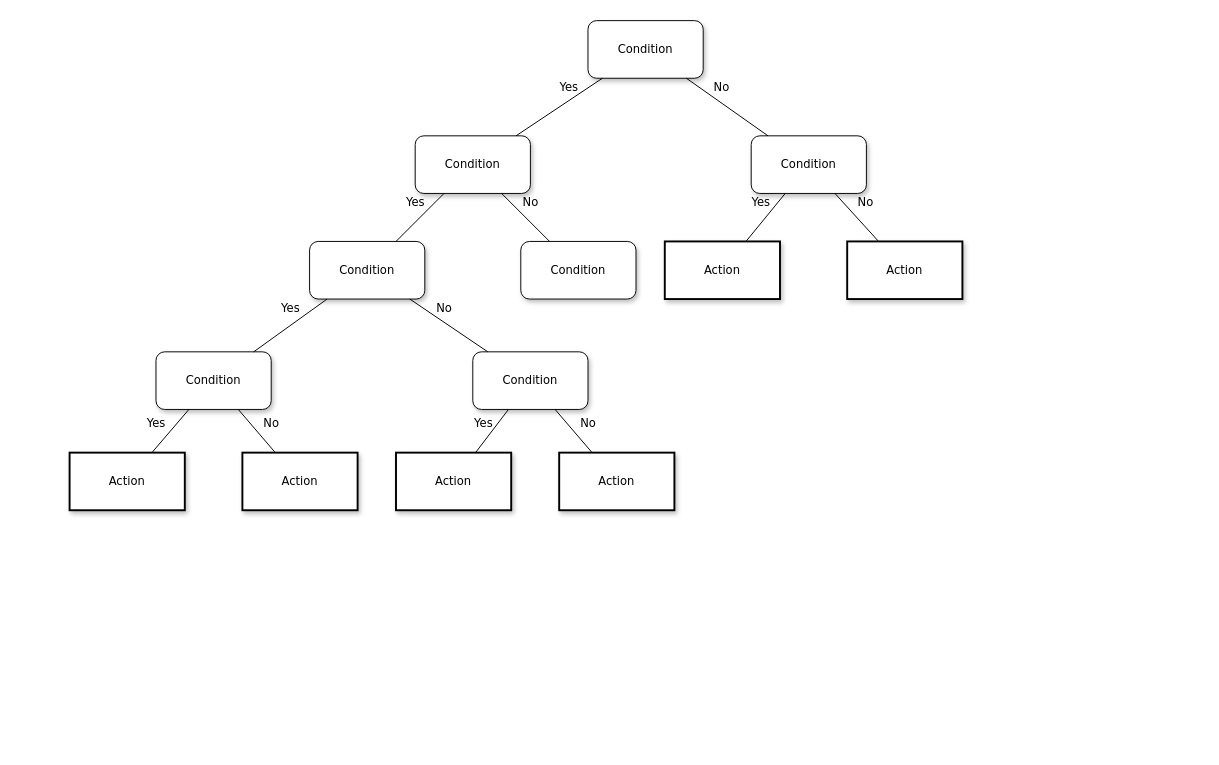
This is bangumi 打分标准.drawio from ShiyunKong/draw.io-storage, a draw.io file, before an edit. Source tidied: cells renumbered, new cells numbered last; positions are measured from the earlier drawing's top-left corner, leaving out a move shared by most shapes. Both pictures are drawn from the tidied source at 96%, with x=0, y=0 at pixel (69, 20).
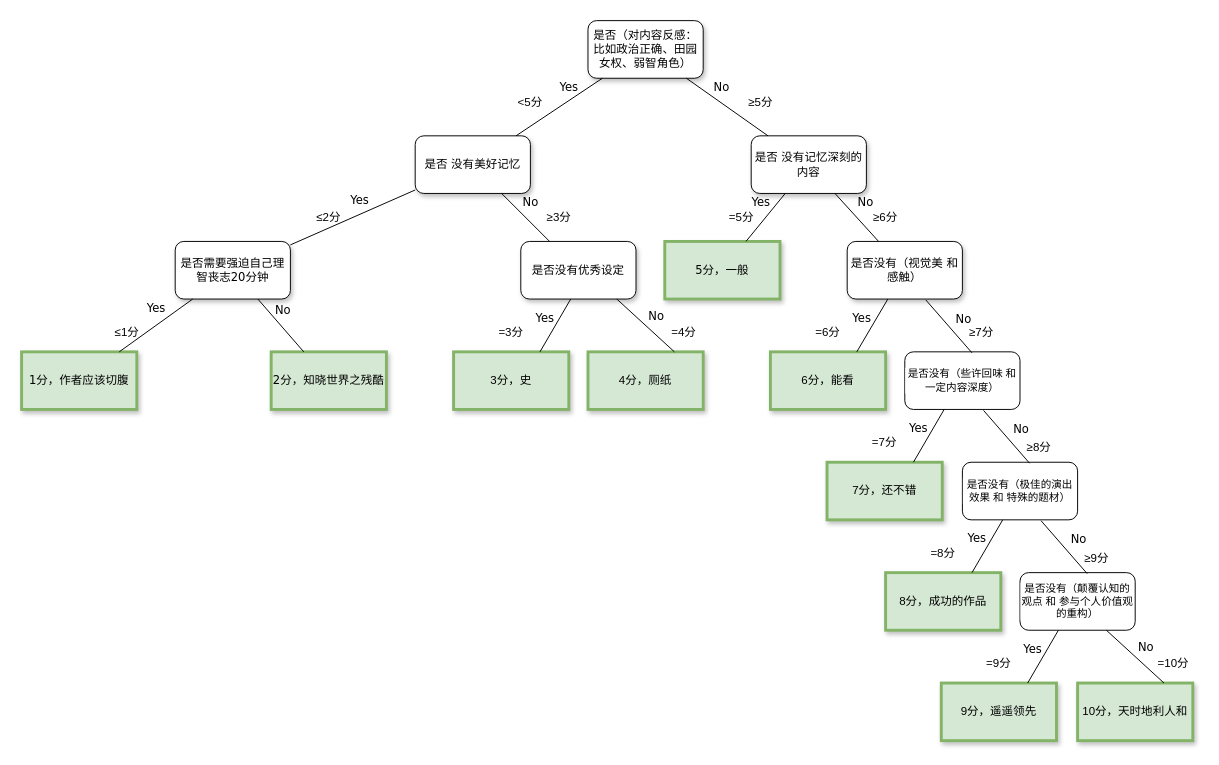
The same diagram, later.

Commit message:
更新bangumi 打分标准.drawio

Change to the diagram source:
```diff
@@
-    <mxCell id="2" value="Condition" style="whiteSpace=wrap;html=1;rounded=1;shadow=1;labelBackgroundColor=none;strokeWidth=1;fontFamily=Verdana;fontSize=12;align=center;" parent="1" vertex="1">
+    <mxCell id="2" value="是否（对内容反感：比如政治正确、田园女权、弱智角色）" style="whiteSpace=wrap;html=1;rounded=1;shadow=1;labelBackgroundColor=none;strokeWidth=1;fontFamily=Verdana;fontSize=12;align=center;" parent="1" vertex="1">
       <mxGeometry x="540" width="120" height="60" as="geometry" />
     </mxCell>
-    <mxCell id="3" value="&lt;span&gt;Condition&lt;/span&gt;" style="whiteSpace=wrap;html=1;rounded=1;shadow=1;labelBackgroundColor=none;strokeWidth=1;fontFamily=Verdana;fontSize=12;align=center;" parent="1" vertex="1">
+    <mxCell id="3" value="是否 没有美好记忆" style="whiteSpace=wrap;html=1;rounded=1;shadow=1;labelBackgroundColor=none;strokeWidth=1;fontFamily=Verdana;fontSize=12;align=center;" parent="1" vertex="1">
       <mxGeometry x="360" y="120" width="120" height="60" as="geometry" />
     </mxCell>
-    <mxCell id="4" value="&lt;span&gt;Condition&lt;/span&gt;" style="whiteSpace=wrap;html=1;rounded=1;shadow=1;labelBackgroundColor=none;strokeWidth=1;fontFamily=Verdana;fontSize=12;align=center;" parent="1" vertex="1">
+    <mxCell id="4" value="是否 没有记忆深刻的内容" style="whiteSpace=wrap;html=1;rounded=1;shadow=1;labelBackgroundColor=none;strokeWidth=1;fontFamily=Verdana;fontSize=12;align=center;" parent="1" vertex="1">
       <mxGeometry x="710" y="120" width="120" height="60" as="geometry" />
     </mxCell>
@@
-    <mxCell id="7" value="&lt;span&gt;Condition&lt;/span&gt;" style="whiteSpace=wrap;html=1;rounded=1;shadow=1;labelBackgroundColor=none;strokeWidth=1;fontFamily=Verdana;fontSize=12;align=center;" parent="1" vertex="1">
-      <mxGeometry x="250" y="230" width="120" height="60" as="geometry" />
+    <mxCell id="7" value="&lt;span&gt;是否需要强迫自己理智丧志20分钟&lt;/span&gt;" style="whiteSpace=wrap;html=1;rounded=1;shadow=1;labelBackgroundColor=none;strokeWidth=1;fontFamily=Verdana;fontSize=12;align=center;" parent="1" vertex="1">
+      <mxGeometry x="110" y="230" width="120" height="60" as="geometry" />
     </mxCell>
-    <mxCell id="8" value="&lt;span&gt;Condition&lt;/span&gt;" style="whiteSpace=wrap;html=1;rounded=1;shadow=1;labelBackgroundColor=none;strokeWidth=1;fontFamily=Verdana;fontSize=12;align=center;" parent="1" vertex="1">
+    <mxCell id="8" value="是否没有优秀设定" style="whiteSpace=wrap;html=1;rounded=1;shadow=1;labelBackgroundColor=none;strokeWidth=1;fontFamily=Verdana;fontSize=12;align=center;" parent="1" vertex="1">
       <mxGeometry x="470" y="230" width="120" height="60" as="geometry" />
     </mxCell>
-    <mxCell id="9" value="&lt;span&gt;Action&lt;/span&gt;" style="whiteSpace=wrap;html=1;rounded=0;shadow=1;labelBackgroundColor=none;strokeWidth=2;fontFamily=Verdana;fontSize=12;align=center;" parent="1" vertex="1">
+    <mxCell id="9" value="5分，一般" style="whiteSpace=wrap;html=1;rounded=0;shadow=1;labelBackgroundColor=none;strokeWidth=3;fontFamily=Verdana;fontSize=12;align=center;strokeColor=#82b366;fillColor=#d5e8d4;" parent="1" vertex="1">
       <mxGeometry x="620" y="230" width="120" height="60" as="geometry" />
     </mxCell>
-    <mxCell id="10" value="&lt;span&gt;Action&lt;/span&gt;" style="whiteSpace=wrap;html=1;rounded=0;shadow=1;labelBackgroundColor=none;strokeWidth=2;fontFamily=Verdana;fontSize=12;align=center;" parent="1" vertex="1">
+    <mxCell id="10" value="&lt;span&gt;是否没有（视觉美 和 感触）&lt;br&gt;&lt;/span&gt;" style="whiteSpace=wrap;html=1;rounded=1;shadow=1;labelBackgroundColor=none;strokeWidth=1;fontFamily=Verdana;fontSize=12;align=center;" parent="1" vertex="1">
       <mxGeometry x="810" y="230" width="120" height="60" as="geometry" />
     </mxCell>
-    <mxCell id="11" value="&lt;span&gt;Condition&lt;/span&gt;" style="whiteSpace=wrap;html=1;rounded=1;shadow=1;labelBackgroundColor=none;strokeWidth=1;fontFamily=Verdana;fontSize=12;align=center;" parent="1" vertex="1">
-      <mxGeometry x="90" y="345" width="120" height="60" as="geometry" />
+    <mxCell id="11" value="1分，作者应该切腹" style="whiteSpace=wrap;html=1;rounded=0;shadow=1;labelBackgroundColor=none;strokeWidth=3;fontFamily=Verdana;fontSize=12;align=center;fillColor=#d5e8d4;strokeColor=#82b366;" parent="1" vertex="1">
+      <mxGeometry x="-50" y="345" width="120" height="60" as="geometry" />
     </mxCell>
-    <mxCell id="12" value="&lt;span&gt;Condition&lt;/span&gt;" style="whiteSpace=wrap;html=1;rounded=1;shadow=1;labelBackgroundColor=none;strokeWidth=1;fontFamily=Verdana;fontSize=12;align=center;" parent="1" vertex="1">
-      <mxGeometry x="420" y="345" width="120" height="60" as="geometry" />
+    <mxCell id="12" value="2分，知晓世界之残酷" style="whiteSpace=wrap;html=1;rounded=0;shadow=1;labelBackgroundColor=none;strokeWidth=3;fontFamily=Verdana;fontSize=12;align=center;fillColor=#d5e8d4;strokeColor=#82b366;" parent="1" vertex="1">
+      <mxGeometry x="210" y="345" width="120" height="60" as="geometry" />
     </mxCell>
@@
-    <mxCell id="19" value="Action" style="whiteSpace=wrap;html=1;rounded=0;shadow=1;labelBackgroundColor=none;strokeWidth=2;fontFamily=Verdana;fontSize=12;align=center;" parent="1" vertex="1">
-      <mxGeometry y="450" width="120" height="60" as="geometry" />
-    </mxCell>
-    <mxCell id="20" value="&lt;span&gt;Action&lt;/span&gt;" style="whiteSpace=wrap;html=1;rounded=0;shadow=1;labelBackgroundColor=none;strokeWidth=2;fontFamily=Verdana;fontSize=12;align=center;" parent="1" vertex="1">
-      <mxGeometry x="180" y="450" width="120" height="60" as="geometry" />
-    </mxCell>
-    <mxCell id="21" value="&lt;span&gt;Action&lt;/span&gt;" style="whiteSpace=wrap;html=1;rounded=0;shadow=1;labelBackgroundColor=none;strokeWidth=2;fontFamily=Verdana;fontSize=12;align=center;" parent="1" vertex="1">
-      <mxGeometry x="340" y="450" width="120" height="60" as="geometry" />
-    </mxCell>
-    <mxCell id="22" value="&lt;span&gt;Action&lt;/span&gt;" style="whiteSpace=wrap;html=1;rounded=0;shadow=1;labelBackgroundColor=none;strokeWidth=2;fontFamily=Verdana;fontSize=12;align=center;" parent="1" vertex="1">
-      <mxGeometry x="510" y="450" width="120" height="60" as="geometry" />
-    </mxCell>
-    <mxCell id="23" value="Yes" style="rounded=0;html=1;labelBackgroundColor=none;startArrow=none;startFill=0;startSize=5;endArrow=none;endFill=0;endSize=5;jettySize=auto;strokeWidth=1;fontFamily=Verdana;fontSize=12;" parent="1" edge="1" source="11" target="19">
-      <mxGeometry x="0.14" y="-16" relative="1" as="geometry" />
-    </mxCell>
-    <mxCell id="24" value="No" style="rounded=0;html=1;labelBackgroundColor=none;startArrow=none;startFill=0;startSize=5;endArrow=none;endFill=0;endSize=5;jettySize=auto;strokeWidth=1;fontFamily=Verdana;fontSize=12;" parent="1" edge="1" source="11" target="20">
-      <mxGeometry x="0.14" y="16" relative="1" as="geometry" />
-    </mxCell>
-    <mxCell id="25" value="Yes" style="rounded=0;html=1;labelBackgroundColor=none;startArrow=none;startFill=0;startSize=5;endArrow=none;endFill=0;endSize=5;jettySize=auto;strokeWidth=1;fontFamily=Verdana;fontSize=12;" parent="1" edge="1" source="12" target="21">
-      <mxGeometry y="-12" relative="1" as="geometry" />
-    </mxCell>
-    <mxCell id="26" value="No" style="rounded=0;html=1;labelBackgroundColor=none;startArrow=none;startFill=0;startSize=5;endArrow=none;endFill=0;endSize=5;jettySize=auto;strokeWidth=1;fontFamily=Verdana;fontSize=12;" parent="1" edge="1" source="12" target="22">
-      <mxGeometry x="0.14" y="16" relative="1" as="geometry" />
-    </mxCell>
+    <mxCell id="27" value="&amp;lt;5分" style="text;html=1;align=center;verticalAlign=middle;whiteSpace=wrap;rounded=0;" parent="1" vertex="1">
+      <mxGeometry x="450" y="70" width="60" height="30" as="geometry" />
+    </mxCell>
+    <mxCell id="28" value="≥5分" style="text;html=1;align=center;verticalAlign=middle;whiteSpace=wrap;rounded=0;" parent="1" vertex="1">
+      <mxGeometry x="690" y="70" width="60" height="30" as="geometry" />
+    </mxCell>
+    <mxCell id="29" value="=5分" style="text;html=1;align=center;verticalAlign=middle;whiteSpace=wrap;rounded=0;" parent="1" vertex="1">
+      <mxGeometry x="670" y="190" width="60" height="30" as="geometry" />
+    </mxCell>
+    <mxCell id="30" value="≥6分" style="text;html=1;align=center;verticalAlign=middle;whiteSpace=wrap;rounded=0;" parent="1" vertex="1">
+      <mxGeometry x="820" y="190" width="60" height="30" as="geometry" />
+    </mxCell>
+    <mxCell id="31" value="6分，能看" style="rounded=0;whiteSpace=wrap;html=1;fillColor=#d5e8d4;strokeColor=#82b366;strokeWidth=3;shadow=1;" parent="1" vertex="1">
+      <mxGeometry x="730" y="345" width="120" height="60" as="geometry" />
+    </mxCell>
+    <mxCell id="32" style="rounded=0;jettySize=auto;html=1;exitX=0.75;exitY=0;exitDx=0;exitDy=0;strokeColor=default;endArrow=none;endFill=0;labelBorderColor=none;fontStyle=0;" parent="1" edge="1" source="31" target="10">
+      <mxGeometry relative="1" as="geometry" />
+    </mxCell>
+    <mxCell id="33" value="Yes" style="edgeLabel;html=1;align=center;verticalAlign=middle;fontFamily=Verdana;fontSize=12;fontColor=default;labelBackgroundColor=default;fontStyle=0;" parent="32" vertex="1">
+      <mxGeometry x="-0.03" y="-2" relative="1" as="geometry">
+        <mxPoint x="-13" y="-10" as="offset" />
+      </mxGeometry>
+    </mxCell>
+    <mxCell id="34" value="是否没有（些许回味 和 一定内容深度）" style="rounded=1;whiteSpace=wrap;html=1;fontFamily=Helvetica;fontSize=11;fontColor=default;labelBackgroundColor=default;" parent="1" vertex="1">
+      <mxGeometry x="870" y="345" width="120" height="60" as="geometry" />
+    </mxCell>
+    <mxCell id="35" style="rounded=0;jettySize=auto;html=1;exitX=0.583;exitY=0.017;exitDx=0;exitDy=0;entryX=0.683;entryY=1.017;entryDx=0;entryDy=0;entryPerimeter=0;strokeColor=default;align=center;verticalAlign=middle;fontFamily=Helvetica;fontSize=11;fontColor=default;labelBackgroundColor=default;endArrow=none;endFill=0;exitPerimeter=0;" parent="1" edge="1" source="34" target="10">
+      <mxGeometry relative="1" as="geometry" />
+    </mxCell>
+    <mxCell id="36" value="No" style="edgeLabel;html=1;align=center;verticalAlign=middle;fontFamily=Verdana;fontSize=12;fontColor=default;labelBackgroundColor=default;" parent="35" vertex="1">
+      <mxGeometry x="-0.04" y="-2" relative="1" as="geometry">
+        <mxPoint x="12" y="-8" as="offset" />
+      </mxGeometry>
+    </mxCell>
+    <mxCell id="37" value="=6分" style="text;html=1;align=center;verticalAlign=middle;whiteSpace=wrap;rounded=0;fontFamily=Helvetica;fontSize=12;fontColor=default;labelBackgroundColor=default;" parent="1" vertex="1">
+      <mxGeometry x="760" y="310" width="60" height="30" as="geometry" />
+    </mxCell>
+    <mxCell id="38" value="≥7分" style="text;html=1;align=center;verticalAlign=middle;whiteSpace=wrap;rounded=0;fontFamily=Helvetica;fontSize=12;fontColor=default;labelBackgroundColor=default;" parent="1" vertex="1">
+      <mxGeometry x="920" y="310" width="60" height="30" as="geometry" />
+    </mxCell>
+    <mxCell id="39" value="7分，还不错" style="rounded=0;whiteSpace=wrap;html=1;fillColor=#d5e8d4;strokeColor=#82b366;strokeWidth=3;shadow=1;" parent="1" vertex="1">
+      <mxGeometry x="789" y="460" width="120" height="60" as="geometry" />
+    </mxCell>
+    <mxCell id="40" style="rounded=0;jettySize=auto;html=1;exitX=0.75;exitY=0;exitDx=0;exitDy=0;strokeColor=default;endArrow=none;endFill=0;labelBorderColor=none;fontStyle=0;" parent="1" edge="1" source="39">
+      <mxGeometry relative="1" as="geometry">
+        <mxPoint x="911" y="405" as="targetPoint" />
+      </mxGeometry>
+    </mxCell>
+    <mxCell id="41" value="Yes" style="edgeLabel;html=1;align=center;verticalAlign=middle;fontFamily=Verdana;fontSize=12;fontColor=default;labelBackgroundColor=default;fontStyle=0;" parent="40" vertex="1">
+      <mxGeometry x="-0.03" y="-2" relative="1" as="geometry">
+        <mxPoint x="-13" y="-10" as="offset" />
+      </mxGeometry>
+    </mxCell>
+    <mxCell id="42" value="=7分" style="text;html=1;align=center;verticalAlign=middle;whiteSpace=wrap;rounded=0;fontFamily=Helvetica;fontSize=12;fontColor=default;labelBackgroundColor=default;" parent="1" vertex="1">
+      <mxGeometry x="819" y="425" width="60" height="30" as="geometry" />
+    </mxCell>
+    <mxCell id="43" value="是否没有（极佳的演出效果 和 特殊的题材）" style="rounded=1;whiteSpace=wrap;html=1;fontFamily=Helvetica;fontSize=11;fontColor=default;labelBackgroundColor=default;" parent="1" vertex="1">
+      <mxGeometry x="930" y="460" width="120" height="60" as="geometry" />
+    </mxCell>
+    <mxCell id="44" style="rounded=0;jettySize=auto;html=1;exitX=0.583;exitY=0.017;exitDx=0;exitDy=0;entryX=0.683;entryY=1.017;entryDx=0;entryDy=0;entryPerimeter=0;strokeColor=default;align=center;verticalAlign=middle;fontFamily=Helvetica;fontSize=11;fontColor=default;labelBackgroundColor=default;endArrow=none;endFill=0;exitPerimeter=0;" parent="1" edge="1" source="43">
+      <mxGeometry relative="1" as="geometry">
+        <mxPoint x="952" y="406" as="targetPoint" />
+      </mxGeometry>
+    </mxCell>
+    <mxCell id="45" value="No" style="edgeLabel;html=1;align=center;verticalAlign=middle;fontFamily=Verdana;fontSize=12;fontColor=default;labelBackgroundColor=default;" parent="44" vertex="1">
+      <mxGeometry x="-0.04" y="-2" relative="1" as="geometry">
+        <mxPoint x="12" y="-8" as="offset" />
+      </mxGeometry>
+    </mxCell>
+    <mxCell id="46" value="≥8分" style="text;html=1;align=center;verticalAlign=middle;whiteSpace=wrap;rounded=0;fontFamily=Helvetica;fontSize=12;fontColor=default;labelBackgroundColor=default;" parent="1" vertex="1">
+      <mxGeometry x="980" y="430" width="60" height="30" as="geometry" />
+    </mxCell>
+    <mxCell id="47" value="8分，成功的作品" style="rounded=0;whiteSpace=wrap;html=1;fillColor=#d5e8d4;strokeColor=#82b366;strokeWidth=3;shadow=1;" parent="1" vertex="1">
+      <mxGeometry x="850" y="575" width="120" height="60" as="geometry" />
+    </mxCell>
+    <mxCell id="48" style="rounded=0;jettySize=auto;html=1;exitX=0.75;exitY=0;exitDx=0;exitDy=0;strokeColor=default;endArrow=none;endFill=0;labelBorderColor=none;fontStyle=0;" parent="1" edge="1" source="47">
+      <mxGeometry relative="1" as="geometry">
+        <mxPoint x="972" y="520" as="targetPoint" />
+      </mxGeometry>
+    </mxCell>
+    <mxCell id="49" value="Yes" style="edgeLabel;html=1;align=center;verticalAlign=middle;fontFamily=Verdana;fontSize=12;fontColor=default;labelBackgroundColor=default;fontStyle=0;" parent="48" vertex="1">
+      <mxGeometry x="-0.03" y="-2" relative="1" as="geometry">
+        <mxPoint x="-13" y="-10" as="offset" />
+      </mxGeometry>
+    </mxCell>
+    <mxCell id="50" value="=8分" style="text;html=1;align=center;verticalAlign=middle;whiteSpace=wrap;rounded=0;fontFamily=Helvetica;fontSize=12;fontColor=default;labelBackgroundColor=default;" parent="1" vertex="1">
+      <mxGeometry x="880" y="540" width="60" height="30" as="geometry" />
+    </mxCell>
+    <mxCell id="51" value="是否没有（颠覆认知的观点 和 参与个人价值观的重构）" style="rounded=1;whiteSpace=wrap;html=1;fontFamily=Helvetica;fontSize=11;fontColor=default;labelBackgroundColor=default;" parent="1" vertex="1">
+      <mxGeometry x="990" y="575" width="120" height="60" as="geometry" />
+    </mxCell>
+    <mxCell id="52" style="rounded=0;jettySize=auto;html=1;exitX=0.583;exitY=0.017;exitDx=0;exitDy=0;entryX=0.683;entryY=1.017;entryDx=0;entryDy=0;entryPerimeter=0;strokeColor=default;align=center;verticalAlign=middle;fontFamily=Helvetica;fontSize=11;fontColor=default;labelBackgroundColor=default;endArrow=none;endFill=0;exitPerimeter=0;" parent="1" edge="1" source="51">
+      <mxGeometry relative="1" as="geometry">
+        <mxPoint x="1012" y="521" as="targetPoint" />
+      </mxGeometry>
+    </mxCell>
+    <mxCell id="53" value="No" style="edgeLabel;html=1;align=center;verticalAlign=middle;fontFamily=Verdana;fontSize=12;fontColor=default;labelBackgroundColor=default;" parent="52" vertex="1">
+      <mxGeometry x="-0.04" y="-2" relative="1" as="geometry">
+        <mxPoint x="12" y="-8" as="offset" />
+      </mxGeometry>
+    </mxCell>
+    <mxCell id="54" value="≥9分" style="text;html=1;align=center;verticalAlign=middle;whiteSpace=wrap;rounded=0;fontFamily=Helvetica;fontSize=12;fontColor=default;labelBackgroundColor=default;" parent="1" vertex="1">
+      <mxGeometry x="1040" y="545" width="60" height="30" as="geometry" />
+    </mxCell>
+    <mxCell id="55" value="9分，遥遥领先" style="rounded=0;whiteSpace=wrap;html=1;fillColor=#d5e8d4;strokeColor=#82b366;strokeWidth=3;shadow=1;" parent="1" vertex="1">
+      <mxGeometry x="908" y="690" width="120" height="60" as="geometry" />
+    </mxCell>
+    <mxCell id="56" style="rounded=0;jettySize=auto;html=1;exitX=0.75;exitY=0;exitDx=0;exitDy=0;strokeColor=default;endArrow=none;endFill=0;labelBorderColor=none;fontStyle=0;" parent="1" edge="1" source="55">
+      <mxGeometry relative="1" as="geometry">
+        <mxPoint x="1030" y="635" as="targetPoint" />
+      </mxGeometry>
+    </mxCell>
+    <mxCell id="57" value="Yes" style="edgeLabel;html=1;align=center;verticalAlign=middle;fontFamily=Verdana;fontSize=12;fontColor=default;labelBackgroundColor=default;fontStyle=0;" parent="56" vertex="1">
+      <mxGeometry x="-0.03" y="-2" relative="1" as="geometry">
+        <mxPoint x="-13" y="-10" as="offset" />
+      </mxGeometry>
+    </mxCell>
+    <mxCell id="58" value="=9分" style="text;html=1;align=center;verticalAlign=middle;whiteSpace=wrap;rounded=0;fontFamily=Helvetica;fontSize=12;fontColor=default;labelBackgroundColor=default;" parent="1" vertex="1">
+      <mxGeometry x="938" y="655" width="60" height="30" as="geometry" />
+    </mxCell>
+    <mxCell id="59" value="10分，天时地利人和" style="rounded=0;whiteSpace=wrap;html=1;fillColor=#d5e8d4;strokeColor=#82b366;strokeWidth=3;shadow=1;" parent="1" vertex="1">
+      <mxGeometry x="1050" y="690" width="120" height="60" as="geometry" />
+    </mxCell>
+    <mxCell id="60" style="rounded=0;jettySize=auto;html=1;exitX=0.75;exitY=0;exitDx=0;exitDy=0;strokeColor=default;endArrow=none;endFill=0;labelBorderColor=none;fontStyle=0;entryX=0.75;entryY=1;entryDx=0;entryDy=0;" parent="1" edge="1" source="59" target="51">
+      <mxGeometry relative="1" as="geometry" />
+    </mxCell>
+    <mxCell id="61" value="No" style="edgeLabel;html=1;align=center;verticalAlign=middle;fontFamily=Verdana;fontSize=12;fontColor=default;labelBackgroundColor=default;fontStyle=0;" parent="60" vertex="1">
+      <mxGeometry x="-0.03" y="-2" relative="1" as="geometry">
+        <mxPoint x="8" y="-10" as="offset" />
+      </mxGeometry>
+    </mxCell>
+    <mxCell id="62" value="=10分" style="text;html=1;align=center;verticalAlign=middle;whiteSpace=wrap;rounded=0;fontFamily=Helvetica;fontSize=12;fontColor=default;labelBackgroundColor=default;" parent="1" vertex="1">
+      <mxGeometry x="1120" y="655" width="60" height="30" as="geometry" />
+    </mxCell>
+    <mxCell id="63" value="≤2分" style="text;html=1;align=center;verticalAlign=middle;whiteSpace=wrap;rounded=0;" parent="1" vertex="1">
+      <mxGeometry x="240" y="190" width="60" height="30" as="geometry" />
+    </mxCell>
+    <mxCell id="64" value="≥3分" style="text;html=1;align=center;verticalAlign=middle;whiteSpace=wrap;rounded=0;" parent="1" vertex="1">
+      <mxGeometry x="480" y="190" width="60" height="30" as="geometry" />
+    </mxCell>
+    <mxCell id="65" value="3分，史" style="rounded=0;whiteSpace=wrap;html=1;fillColor=#d5e8d4;strokeColor=#82b366;strokeWidth=3;shadow=1;" parent="1" vertex="1">
+      <mxGeometry x="400" y="345" width="120" height="60" as="geometry" />
+    </mxCell>
+    <mxCell id="66" style="rounded=0;jettySize=auto;html=1;exitX=0.75;exitY=0;exitDx=0;exitDy=0;strokeColor=default;endArrow=none;endFill=0;labelBorderColor=none;fontStyle=0;" parent="1" edge="1" source="65">
+      <mxGeometry relative="1" as="geometry">
+        <mxPoint x="522" y="290" as="targetPoint" />
+      </mxGeometry>
+    </mxCell>
+    <mxCell id="67" value="Yes" style="edgeLabel;html=1;align=center;verticalAlign=middle;fontFamily=Verdana;fontSize=12;fontColor=default;labelBackgroundColor=default;fontStyle=0;" parent="66" vertex="1">
+      <mxGeometry x="-0.03" y="-2" relative="1" as="geometry">
+        <mxPoint x="-13" y="-10" as="offset" />
+      </mxGeometry>
+    </mxCell>
+    <mxCell id="68" value="=3分" style="text;html=1;align=center;verticalAlign=middle;whiteSpace=wrap;rounded=0;fontFamily=Helvetica;fontSize=12;fontColor=default;labelBackgroundColor=default;" parent="1" vertex="1">
+      <mxGeometry x="430" y="310" width="60" height="30" as="geometry" />
+    </mxCell>
+    <mxCell id="69" value="4分，厕纸" style="rounded=0;whiteSpace=wrap;html=1;fillColor=#d5e8d4;strokeColor=#82b366;strokeWidth=3;shadow=1;" parent="1" vertex="1">
+      <mxGeometry x="540" y="345" width="120" height="60" as="geometry" />
+    </mxCell>
+    <mxCell id="70" style="rounded=0;jettySize=auto;html=1;exitX=0.75;exitY=0;exitDx=0;exitDy=0;strokeColor=default;endArrow=none;endFill=0;labelBorderColor=none;fontStyle=0;entryX=0.75;entryY=1;entryDx=0;entryDy=0;" parent="1" edge="1" source="69">
+      <mxGeometry relative="1" as="geometry">
+        <mxPoint x="570" y="290" as="targetPoint" />
+      </mxGeometry>
+    </mxCell>
+    <mxCell id="71" value="No" style="edgeLabel;html=1;align=center;verticalAlign=middle;fontFamily=Verdana;fontSize=12;fontColor=default;labelBackgroundColor=default;fontStyle=0;" parent="70" vertex="1">
+      <mxGeometry x="-0.03" y="-2" relative="1" as="geometry">
+        <mxPoint x="8" y="-10" as="offset" />
+      </mxGeometry>
+    </mxCell>
+    <mxCell id="72" value="=4分" style="text;html=1;align=center;verticalAlign=middle;whiteSpace=wrap;rounded=0;fontFamily=Helvetica;fontSize=12;fontColor=default;labelBackgroundColor=default;" parent="1" vertex="1">
+      <mxGeometry x="610" y="310" width="60" height="30" as="geometry" />
+    </mxCell>
+    <mxCell id="73" value="≤1分" style="text;html=1;align=center;verticalAlign=middle;whiteSpace=wrap;rounded=0;" parent="1" vertex="1">
+      <mxGeometry x="30" y="310" width="60" height="30" as="geometry" />
+    </mxCell>
```
